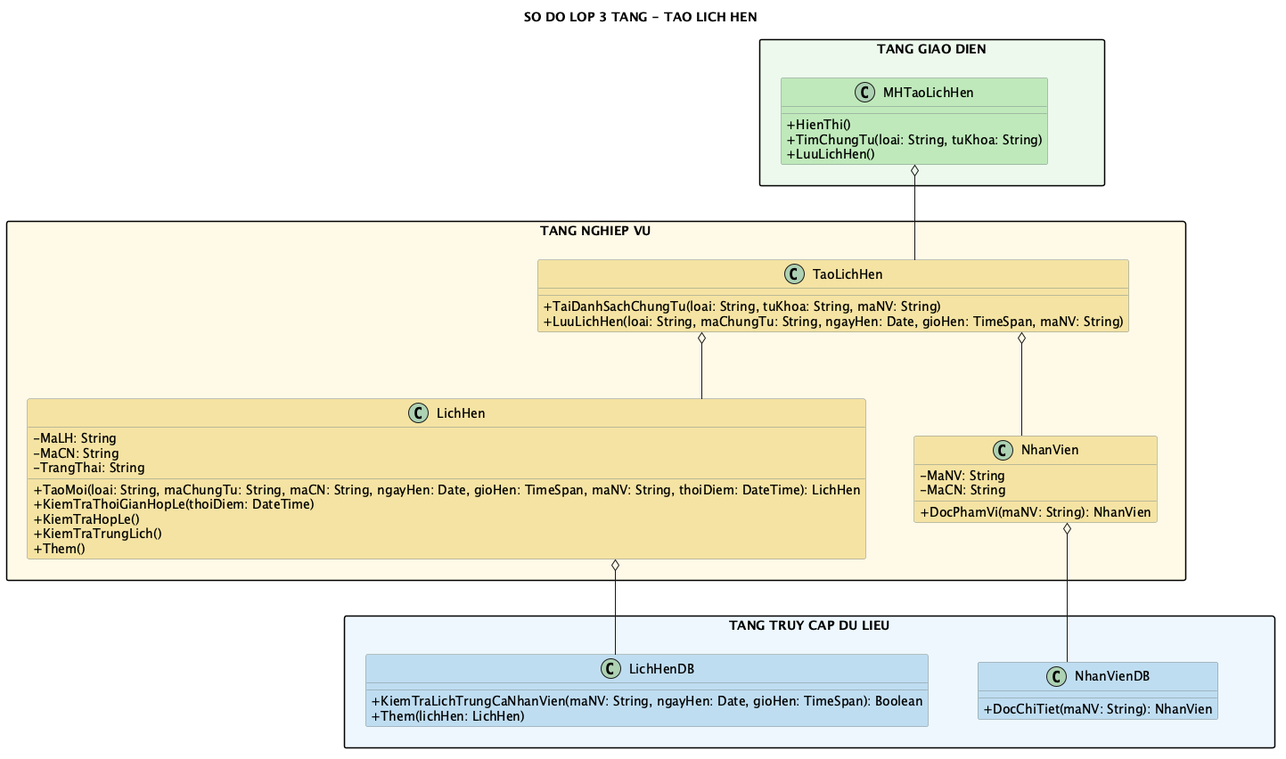
Before: diagram/png/tao-lich-hen-class.png, a diagram exported from PlantUML (Ming1309/HomeStay-Dorm).
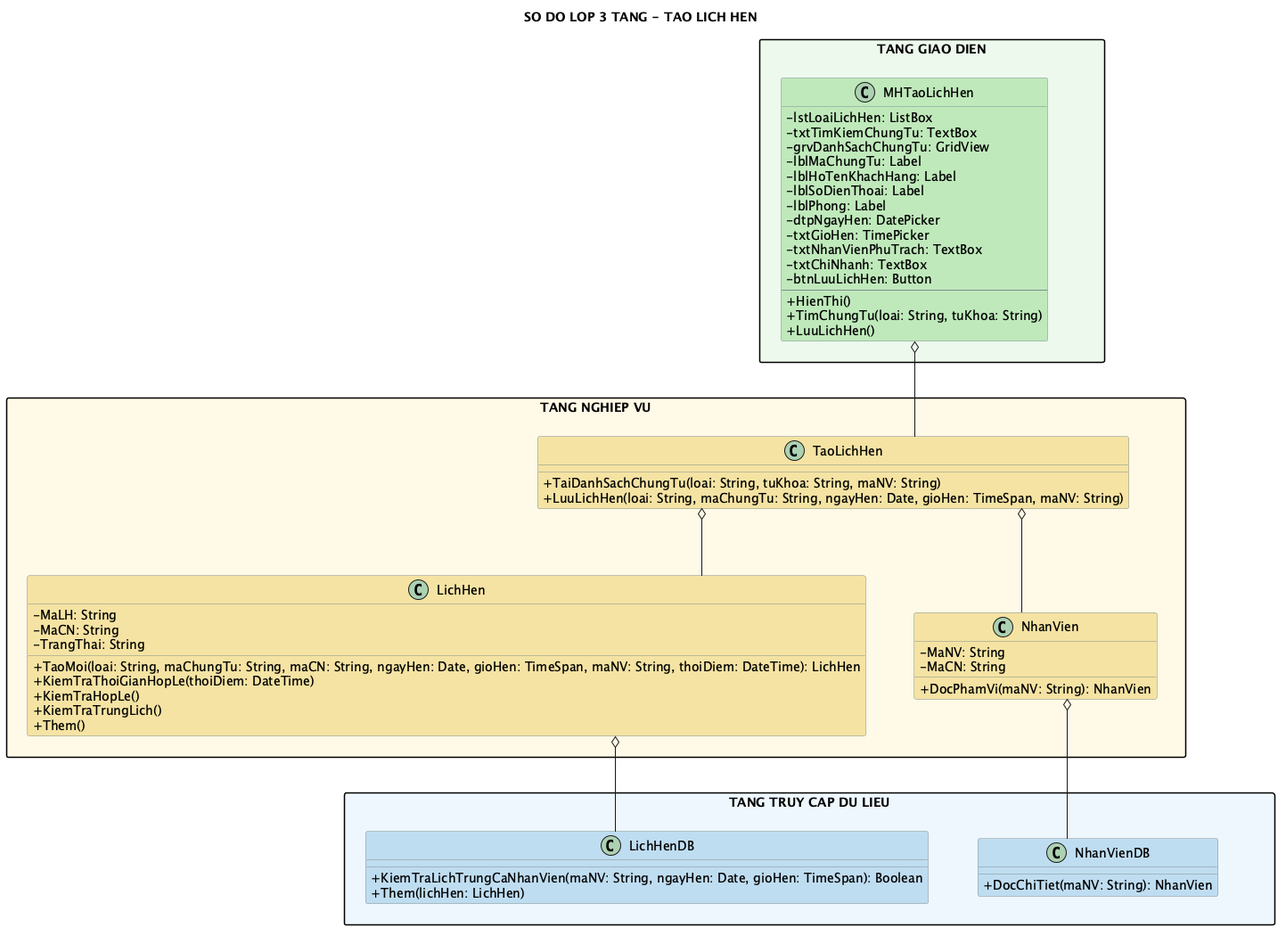
The same diagram one commit later.

The edit, as a diff of the source:
```diff
@@ -13,6 +13,19 @@
 
 package "TANG GIAO DIEN" as GUI_LAYER #EDF9EC {
   class MHTaoLichHen #BFE8BA {
+    - lstLoaiLichHen: ListBox
+    - txtTimKiemChungTu: TextBox
+    - grvDanhSachChungTu: GridView
+    - lblMaChungTu: Label
+    - lblHoTenKhachHang: Label
+    - lblSoDienThoai: Label
+    - lblPhong: Label
+    - dtpNgayHen: DatePicker
+    - txtGioHen: TimePicker
+    - txtNhanVienPhuTrach: TextBox
+    - txtChiNhanh: TextBox
+    - btnLuuLichHen: Button
+    --
     + HienThi()
     + TimChungTu(loai: String, tuKhoa: String)
     + LuuLichHen()
```
